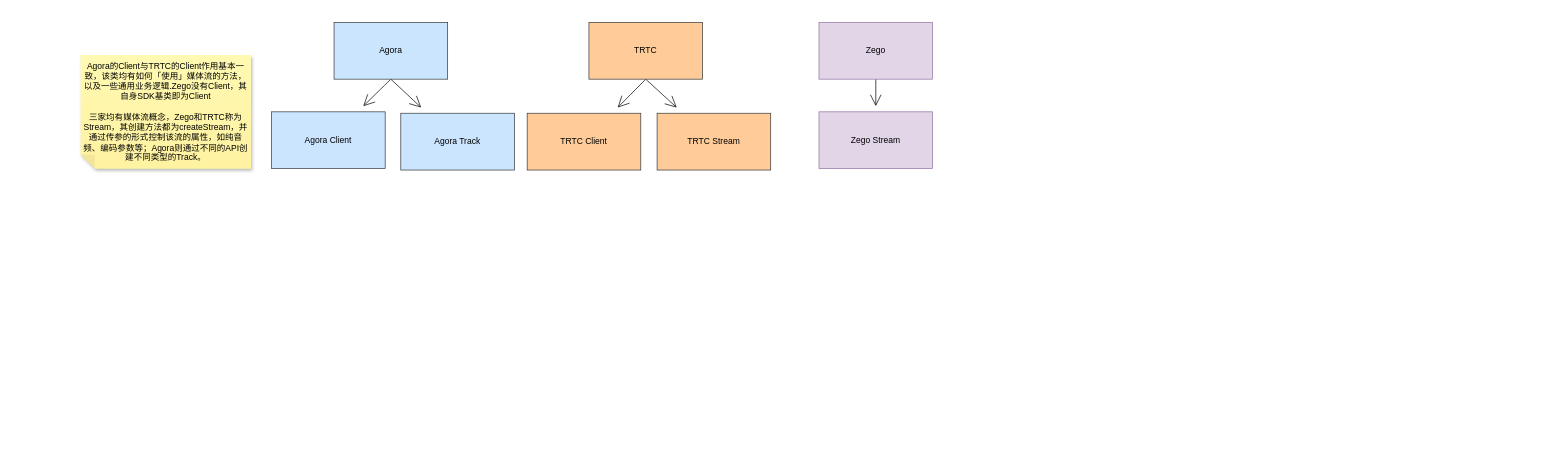
Readercyc/demo keeps this draw.io diagram as img/SDK比较图.drawio. Above is the earlier version. Source tidied: cells renumbered, new cells numbered last; positions are measured from the earlier drawing's top-left corner, leaving out a move shared by most shapes. Both pictures are drawn from the tidied source at 71%, with x=0, y=0 at pixel (80, 22).
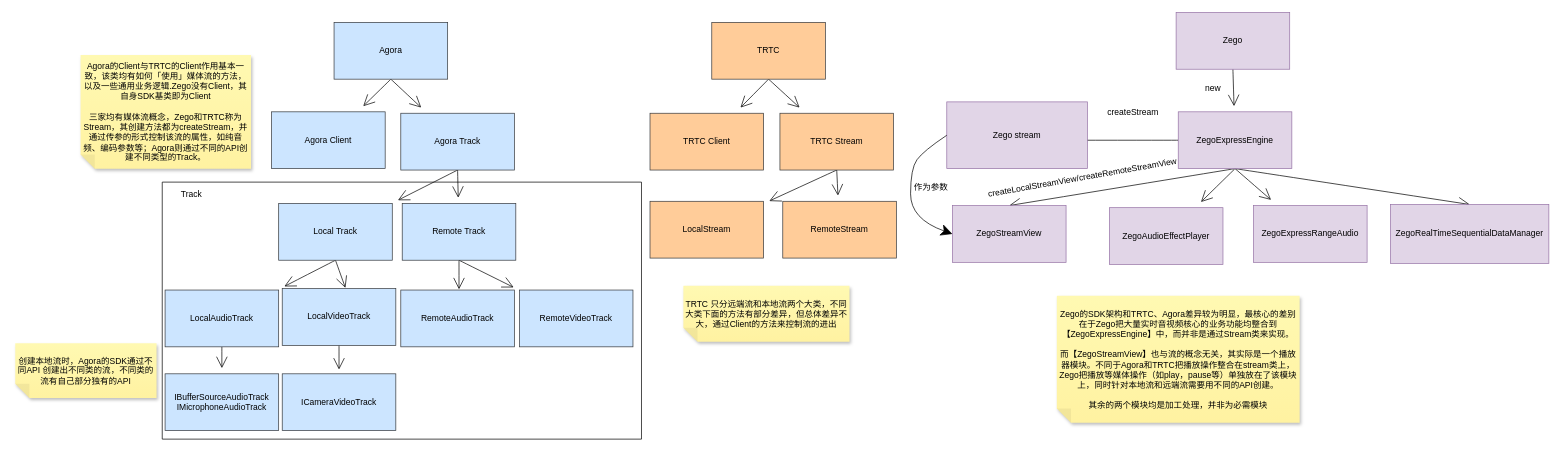
Above is the later version.

Commit message (it also covers changes not shown here):
更新SDK比较图.drawio

The change refers to these unchanged cells:
```xml
<mxCell id="11" value="Agora Track" style="rounded=0;whiteSpace=wrap;html=1;hachureGap=4;fillColor=#cce5ff;strokeColor=#36393d;" parent="1" vertex="1">
  <mxGeometry x="451" y="128" width="160" height="80" as="geometry" />
</mxCell>
```

Diff of the diagram source:
```diff
@@
     <mxCell id="7" value="TRTC" style="rounded=0;whiteSpace=wrap;html=1;hachureGap=4;fillColor=#ffcc99;strokeColor=#36393d;" parent="1" vertex="1">
-      <mxGeometry x="716" width="160" height="80" as="geometry" />
+      <mxGeometry x="889" width="160" height="80" as="geometry" />
     </mxCell>
@@
+    <mxCell id="16" style="edgeStyle=none;curved=1;rounded=0;jettySize=auto;html=1;exitX=0.5;exitY=1;exitDx=0;exitDy=0;endArrow=open;startSize=14;endSize=14;sourcePerimeterSpacing=8;targetPerimeterSpacing=8;" parent="1" edge="1" source="14" target="45">
+      <mxGeometry relative="1" as="geometry" />
+    </mxCell>
+    <mxCell id="17" style="edgeStyle=none;curved=1;rounded=0;jettySize=auto;html=1;exitX=0.5;exitY=1;exitDx=0;exitDy=0;endArrow=open;startSize=14;endSize=14;sourcePerimeterSpacing=8;targetPerimeterSpacing=8;" parent="1" edge="1" source="14" target="46">
+      <mxGeometry relative="1" as="geometry" />
+    </mxCell>
+    <mxCell id="18" style="edgeStyle=none;curved=1;rounded=0;jettySize=auto;html=1;exitX=0.5;exitY=1;exitDx=0;exitDy=0;endArrow=open;startSize=14;endSize=14;sourcePerimeterSpacing=8;targetPerimeterSpacing=8;entryX=0.5;entryY=0;entryDx=0;entryDy=0;" parent="1" edge="1" source="14" target="47">
+      <mxGeometry relative="1" as="geometry" />
+    </mxCell>
     <mxCell id="9" value="Zego" style="rounded=0;whiteSpace=wrap;html=1;hachureGap=4;fillColor=#e1d5e7;strokeColor=#9673a6;" parent="1" vertex="1">
-      <mxGeometry x="1040" width="160" height="80" as="geometry" />
+      <mxGeometry x="1543" y="-14" width="160" height="80" as="geometry" />
     </mxCell>
@@
+    <mxCell id="19" style="edgeStyle=none;curved=1;rounded=0;jettySize=auto;html=1;exitX=0.5;exitY=1;exitDx=0;exitDy=0;endArrow=open;startSize=14;endSize=14;sourcePerimeterSpacing=8;targetPerimeterSpacing=8;" parent="1" edge="1" source="11" target="27">
+      <mxGeometry relative="1" as="geometry" />
+    </mxCell>
+    <mxCell id="20" style="edgeStyle=none;curved=1;rounded=0;jettySize=auto;html=1;exitX=0.5;exitY=1;exitDx=0;exitDy=0;endArrow=open;startSize=14;endSize=14;sourcePerimeterSpacing=8;targetPerimeterSpacing=8;" parent="1" edge="1" source="11" target="30">
+      <mxGeometry relative="1" as="geometry" />
+    </mxCell>
@@
     <mxCell id="12" value="TRTC Client" style="rounded=0;whiteSpace=wrap;html=1;hachureGap=4;fillColor=#ffcc99;strokeColor=#36393d;" parent="1" vertex="1">
-      <mxGeometry x="629" y="128" width="160" height="80" as="geometry" />
+      <mxGeometry x="802" y="128" width="160" height="80" as="geometry" />
     </mxCell>
+    <mxCell id="21" style="edgeStyle=none;curved=1;rounded=0;jettySize=auto;html=1;exitX=0.5;exitY=1;exitDx=0;exitDy=0;endArrow=open;startSize=14;endSize=14;sourcePerimeterSpacing=8;targetPerimeterSpacing=8;" parent="1" edge="1" source="13" target="42">
+      <mxGeometry relative="1" as="geometry" />
+    </mxCell>
+    <mxCell id="22" style="edgeStyle=none;curved=1;rounded=0;jettySize=auto;html=1;exitX=0.5;exitY=1;exitDx=0;exitDy=0;endArrow=open;startSize=14;endSize=14;sourcePerimeterSpacing=8;targetPerimeterSpacing=8;" parent="1" edge="1" source="13" target="43">
+      <mxGeometry relative="1" as="geometry" />
+    </mxCell>
     <mxCell id="13" value="TRTC Stream" style="rounded=0;whiteSpace=wrap;html=1;hachureGap=4;fillColor=#ffcc99;strokeColor=#36393d;" parent="1" vertex="1">
-      <mxGeometry x="812" y="128" width="160" height="80" as="geometry" />
+      <mxGeometry x="985" y="128" width="160" height="80" as="geometry" />
     </mxCell>
+    <mxCell id="23" style="edgeStyle=none;curved=1;rounded=0;jettySize=auto;html=1;exitX=0.5;exitY=1;exitDx=0;exitDy=0;endArrow=open;startSize=14;endSize=14;sourcePerimeterSpacing=8;targetPerimeterSpacing=8;entryX=0.5;entryY=0;entryDx=0;entryDy=0;" parent="1" edge="1" source="14" target="50">
+      <mxGeometry relative="1" as="geometry" />
+    </mxCell>
+    <mxCell id="24" style="edgeStyle=none;curved=1;rounded=0;jettySize=auto;html=1;exitX=0;exitY=0.5;exitDx=0;exitDy=0;endArrow=open;startSize=14;endSize=14;sourcePerimeterSpacing=8;targetPerimeterSpacing=8;" parent="1" edge="1" source="14">
+      <mxGeometry relative="1" as="geometry">
+        <mxPoint x="1392" y="166" as="targetPoint" />
+      </mxGeometry>
+    </mxCell>
-    <mxCell id="14" value="Zego Stream" style="rounded=0;whiteSpace=wrap;html=1;hachureGap=4;fillColor=#e1d5e7;strokeColor=#9673a6;" parent="1" vertex="1">
-      <mxGeometry x="1040" y="126" width="160" height="80" as="geometry" />
+    <mxCell id="14" value="ZegoExpressEngine" style="rounded=0;whiteSpace=wrap;html=1;hachureGap=4;fillColor=#e1d5e7;strokeColor=#9673a6;" parent="1" vertex="1">
+      <mxGeometry x="1546" y="126" width="160" height="80" as="geometry" />
     </mxCell>
@@
+    <mxCell id="25" style="edgeStyle=none;curved=1;rounded=0;jettySize=auto;html=1;exitX=0.5;exitY=1;exitDx=0;exitDy=0;endArrow=open;startSize=14;endSize=14;sourcePerimeterSpacing=8;targetPerimeterSpacing=8;" parent="1" edge="1" source="27" target="32">
+      <mxGeometry relative="1" as="geometry" />
+    </mxCell>
+    <mxCell id="26" style="edgeStyle=none;curved=1;rounded=0;jettySize=auto;html=1;exitX=0.5;exitY=1;exitDx=0;exitDy=0;endArrow=open;startSize=14;endSize=14;sourcePerimeterSpacing=8;targetPerimeterSpacing=8;" parent="1" edge="1" source="27">
+      <mxGeometry relative="1" as="geometry">
+        <mxPoint x="373" y="374" as="targetPoint" />
+      </mxGeometry>
+    </mxCell>
+    <mxCell id="27" value="Local Track" style="rounded=0;whiteSpace=wrap;html=1;hachureGap=4;fillColor=#cce5ff;strokeColor=#36393d;" parent="1" vertex="1">
+      <mxGeometry x="279" y="255" width="160" height="80" as="geometry" />
+    </mxCell>
+    <mxCell id="28" style="edgeStyle=none;curved=1;rounded=0;jettySize=auto;html=1;exitX=0.5;exitY=1;exitDx=0;exitDy=0;endArrow=open;startSize=14;endSize=14;sourcePerimeterSpacing=8;targetPerimeterSpacing=8;" parent="1" edge="1" source="30" target="34">
+      <mxGeometry relative="1" as="geometry" />
+    </mxCell>
+    <mxCell id="29" style="edgeStyle=none;curved=1;rounded=0;jettySize=auto;html=1;exitX=0.5;exitY=1;exitDx=0;exitDy=0;endArrow=open;startSize=14;endSize=14;sourcePerimeterSpacing=8;targetPerimeterSpacing=8;" parent="1" edge="1" source="30">
+      <mxGeometry relative="1" as="geometry">
+        <mxPoint x="533" y="376" as="targetPoint" />
+      </mxGeometry>
+    </mxCell>
+    <mxCell id="30" value="Remote Track" style="rounded=0;whiteSpace=wrap;html=1;hachureGap=4;fillColor=#cce5ff;strokeColor=#36393d;" parent="1" vertex="1">
+      <mxGeometry x="453" y="255" width="160" height="80" as="geometry" />
+    </mxCell>
+    <mxCell id="31" style="edgeStyle=none;curved=1;rounded=0;jettySize=auto;html=1;exitX=0.5;exitY=1;exitDx=0;exitDy=0;endArrow=open;startSize=14;endSize=14;sourcePerimeterSpacing=8;targetPerimeterSpacing=8;" parent="1" edge="1" source="32" target="36">
+      <mxGeometry relative="1" as="geometry" />
+    </mxCell>
+    <mxCell id="32" value="LocalAudioTrack" style="rounded=0;whiteSpace=wrap;html=1;hachureGap=4;fillColor=#cce5ff;strokeColor=#36393d;" parent="1" vertex="1">
+      <mxGeometry x="119" y="377" width="160" height="80" as="geometry" />
+    </mxCell>
+    <mxCell id="33" style="edgeStyle=none;curved=1;rounded=0;jettySize=auto;html=1;exitX=0.5;exitY=1;exitDx=0;exitDy=0;endArrow=open;startSize=14;endSize=14;sourcePerimeterSpacing=8;targetPerimeterSpacing=8;" parent="1" edge="1" source="41">
+      <mxGeometry relative="1" as="geometry">
+        <mxPoint x="364" y="489" as="targetPoint" />
+      </mxGeometry>
+    </mxCell>
+    <mxCell id="34" value="RemoteVideoTrack" style="rounded=0;whiteSpace=wrap;html=1;hachureGap=4;fillColor=#cce5ff;strokeColor=#36393d;" parent="1" vertex="1">
+      <mxGeometry x="618" y="377" width="160" height="80" as="geometry" />
+    </mxCell>
+    <mxCell id="35" value="RemoteAudioTrack" style="rounded=0;whiteSpace=wrap;html=1;hachureGap=4;fillColor=#cce5ff;strokeColor=#36393d;" parent="1" vertex="1">
+      <mxGeometry x="451" y="377" width="160" height="80" as="geometry" />
+    </mxCell>
+    <mxCell id="36" value="IBufferSourceAudioTrack&lt;br&gt;IMicrophoneAudioTrack" style="rounded=0;whiteSpace=wrap;html=1;hachureGap=4;fillColor=#cce5ff;strokeColor=#36393d;" parent="1" vertex="1">
+      <mxGeometry x="119" y="495" width="160" height="80" as="geometry" />
+    </mxCell>
+    <mxCell id="37" value="ICameraVideoTrack" style="rounded=0;whiteSpace=wrap;html=1;hachureGap=4;fillColor=#cce5ff;strokeColor=#36393d;" parent="1" vertex="1">
+      <mxGeometry x="284" y="495" width="160" height="80" as="geometry" />
+    </mxCell>
+    <mxCell id="38" value="创建本地流时，Agora的SDK通过不同API 创建出不同类的流，不同类的流有自己部分独有的API" style="shape=note;whiteSpace=wrap;html=1;backgroundOutline=1;fontColor=#000000;darkOpacity=0.05;fillColor=#FFF9B2;strokeColor=none;fillStyle=solid;direction=west;gradientDirection=north;gradientColor=#FFF2A1;shadow=1;size=20;hachureGap=4;" parent="1" vertex="1">
+      <mxGeometry x="-92" y="452" width="199" height="77" as="geometry" />
+    </mxCell>
+    <mxCell id="39" style="swimlane;startSize=0;hachureGap=4;" parent="1" vertex="1">
+      <mxGeometry x="115" y="225" width="675" height="362" as="geometry" />
+    </mxCell>
+    <mxCell id="40" value="Track" style="text;html=1;align=center;verticalAlign=middle;strokeColor=none;fillColor=none;hachureGap=4;" parent="39" vertex="1">
+      <mxGeometry x="17" y="4" width="48" height="26" as="geometry" />
+    </mxCell>
+    <mxCell id="41" value="LocalVideoTrack" style="rounded=0;whiteSpace=wrap;html=1;hachureGap=4;fillColor=#cce5ff;strokeColor=#36393d;" parent="39" vertex="1">
+      <mxGeometry x="169" y="150" width="160" height="80" as="geometry" />
+    </mxCell>
+    <mxCell id="42" value="LocalStream" style="rounded=0;whiteSpace=wrap;html=1;hachureGap=4;fillColor=#ffcc99;strokeColor=#36393d;" parent="1" vertex="1">
+      <mxGeometry x="802" y="252" width="160" height="80" as="geometry" />
+    </mxCell>
+    <mxCell id="43" value="RemoteStream" style="rounded=0;whiteSpace=wrap;html=1;hachureGap=4;fillColor=#ffcc99;strokeColor=#36393d;" parent="1" vertex="1">
+      <mxGeometry x="989" y="252" width="160" height="80" as="geometry" />
+    </mxCell>
+    <mxCell id="44" value="TRTC 只分远端流和本地流两个大类，不同大类下面的方法有部分差异，但总体差异不大，通过Client的方法来控制流的进出" style="shape=note;whiteSpace=wrap;html=1;backgroundOutline=1;fontColor=#000000;darkOpacity=0.05;fillColor=#FFF9B2;strokeColor=none;fillStyle=solid;direction=west;gradientDirection=north;gradientColor=#FFF2A1;shadow=1;size=20;hachureGap=4;" parent="1" vertex="1">
+      <mxGeometry x="849" y="371" width="234" height="79" as="geometry" />
+    </mxCell>
+    <mxCell id="45" value="ZegoAudioEffectPlayer" style="rounded=0;whiteSpace=wrap;html=1;hachureGap=4;fillColor=#e1d5e7;strokeColor=#9673a6;" parent="1" vertex="1">
+      <mxGeometry x="1449" y="261" width="160" height="80" as="geometry" />
+    </mxCell>
+    <mxCell id="46" value="ZegoExpressRangeAudio" style="rounded=0;whiteSpace=wrap;html=1;hachureGap=4;fillColor=#e1d5e7;strokeColor=#9673a6;" parent="1" vertex="1">
+      <mxGeometry x="1652" y="258" width="160" height="80" as="geometry" />
+    </mxCell>
+    <mxCell id="47" value="ZegoStreamView" style="rounded=0;whiteSpace=wrap;html=1;hachureGap=4;fillColor=#e1d5e7;strokeColor=#9673a6;" parent="1" vertex="1">
+      <mxGeometry x="1228" y="258" width="160" height="80" as="geometry" />
+    </mxCell>
+    <mxCell id="48" value="Zego的SDK架构和TRTC、Agora差异较为明显，最核心的差别在于Zego把大量实时音视频核心的业务功能均整合到【ZegoExpressEngine】中，而并非是通过Stream类来实现。&lt;br&gt;&lt;br&gt;而【ZegoStreamView】也与流的概念无关，其实际是一个播放器模块。不同于Agora和TRTC把播放操作整合在stream类上，Zego把播放等媒体操作（如play，pause等）单独放在了该模块上，同时针对本地流和远端流需要用不同的API创建。&lt;br&gt;&lt;br&gt;其余的两个模块均是加工处理，并非为必需模块" style="shape=note;whiteSpace=wrap;html=1;backgroundOutline=1;fontColor=#000000;darkOpacity=0.05;fillColor=#FFF9B2;strokeColor=none;fillStyle=solid;direction=west;gradientDirection=north;gradientColor=#FFF2A1;shadow=1;size=20;hachureGap=4;" parent="1" vertex="1">
+      <mxGeometry x="1375" y="385" width="342" height="179" as="geometry" />
+    </mxCell>
+    <mxCell id="49" value="new&amp;nbsp;" style="text;strokeColor=none;fillColor=none;html=1;align=center;verticalAlign=middle;whiteSpace=wrap;rounded=0;hachureGap=4;" parent="1" vertex="1">
+      <mxGeometry x="1567" y="78" width="60" height="30" as="geometry" />
+    </mxCell>
+    <mxCell id="50" value="ZegoRealTimeSequentialDataManager" style="rounded=0;whiteSpace=wrap;html=1;hachureGap=4;fillColor=#e1d5e7;strokeColor=#9673a6;" parent="1" vertex="1">
+      <mxGeometry x="1845" y="256.5" width="223" height="83" as="geometry" />
+    </mxCell>
+    <mxCell id="51" value="Zego stream" style="rounded=0;whiteSpace=wrap;html=1;hachureGap=4;fillColor=#e1d5e7;strokeColor=#9673a6;" parent="1" vertex="1">
+      <mxGeometry x="1220" y="112" width="198" height="94" as="geometry" />
+    </mxCell>
+    <mxCell id="52" value="createStream" style="text;html=1;align=center;verticalAlign=middle;strokeColor=none;fillColor=none;hachureGap=4;" parent="1" vertex="1">
+      <mxGeometry x="1437" y="114" width="90" height="26" as="geometry" />
+    </mxCell>
+    <mxCell id="53" value="createLocalStreamView/createRemoteStreamView" style="text;html=1;align=center;verticalAlign=middle;strokeColor=none;fillColor=none;hachureGap=4;rotation=-10;" parent="1" vertex="1">
+      <mxGeometry x="1267" y="206" width="288" height="26" as="geometry" />
+    </mxCell>
+    <mxCell id="54" style="curved=1;endArrow=none;html=1;rounded=0;startSize=14;endSize=14;sourcePerimeterSpacing=8;targetPerimeterSpacing=8;exitX=0;exitY=0.5;exitDx=0;exitDy=0;entryX=0;entryY=0.5;entryDx=0;entryDy=0;endFill=0;startArrow=classic;startFill=1;" parent="1" edge="1" source="47" target="51">
+      <mxGeometry relative="1" as="geometry">
+        <Array as="points">
+          <mxPoint x="1169" y="277" />
+          <mxPoint x="1169" y="206" />
+          <mxPoint x="1187" y="181" />
+        </Array>
+      </mxGeometry>
+    </mxCell>
+    <mxCell id="55" value="作为参数" style="text;html=1;strokeColor=none;fillColor=none;align=center;verticalAlign=middle;whiteSpace=wrap;rounded=0;hachureGap=4;" parent="1" vertex="1">
+      <mxGeometry x="1168" y="217" width="60" height="30" as="geometry" />
+    </mxCell>
```
